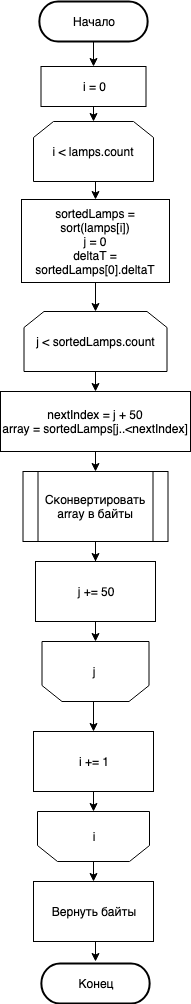
Earlier version of the draw.io export figures/bytesSending.png (galadopter/Diploma). Source tidied: cells renumbered, new cells last; positions are measured from the earlier drawing's top-left corner, leaving out a move shared by most shapes. The source it was exported from:
```xml
<mxGraphModel>
  <root>
    <mxCell id="0" />
    <mxCell id="1" parent="0" />
    <mxCell id="2" style="edgeStyle=orthogonalEdgeStyle;rounded=0;html=1;exitX=0.5;exitY=1;entryX=0.5;entryY=0;jettySize=auto;" parent="1" edge="1" target="8">
      <mxGeometry relative="1" as="geometry">
        <mxPoint x="95" y="40" as="sourcePoint" />
      </mxGeometry>
    </mxCell>
    <mxCell id="3" style="edgeStyle=orthogonalEdgeStyle;rounded=0;html=1;exitX=0.5;exitY=1;entryX=0.5;entryY=0;jettySize=auto;" parent="1" edge="1" source="4" target="6">
      <mxGeometry relative="1" as="geometry" />
    </mxCell>
    <mxCell id="4" value="i &amp;lt; lamps.count" style="shape=loopLimit;whiteSpace=wrap;html=1;" parent="1" vertex="1">
      <mxGeometry x="33" y="120" width="120" height="60" as="geometry" />
    </mxCell>
    <mxCell id="5" style="edgeStyle=orthogonalEdgeStyle;rounded=0;html=1;exitX=0.5;exitY=1;entryX=0.5;entryY=0;jettySize=auto;" parent="1" edge="1" source="6" target="10">
      <mxGeometry relative="1" as="geometry" />
    </mxCell>
    <mxCell id="6" value="sortedLamps = sort(lamps[i])&lt;br&gt;j = 0&lt;br&gt;deltaT = sortedLamps[0].deltaT&lt;br&gt;" style="rounded=0;whiteSpace=wrap;html=1;" parent="1" vertex="1">
      <mxGeometry x="21" y="198" width="148" height="83" as="geometry" />
    </mxCell>
    <mxCell id="7" style="edgeStyle=orthogonalEdgeStyle;rounded=0;html=1;exitX=0.5;exitY=1;entryX=0.5;entryY=0;jettySize=auto;" parent="1" edge="1" source="8" target="4">
      <mxGeometry relative="1" as="geometry" />
    </mxCell>
    <mxCell id="8" value="i = 0" style="rounded=0;whiteSpace=wrap;html=1;" parent="1" vertex="1">
      <mxGeometry x="40.5" y="65" width="105" height="40" as="geometry" />
    </mxCell>
    <mxCell id="9" style="edgeStyle=orthogonalEdgeStyle;rounded=0;html=1;exitX=0.5;exitY=1;entryX=0.5;entryY=0;jettySize=auto;" parent="1" edge="1" source="10" target="12">
      <mxGeometry relative="1" as="geometry" />
    </mxCell>
    <mxCell id="10" value="j &amp;lt; sortedLamps.count" style="shape=loopLimit;whiteSpace=wrap;html=1;" parent="1" vertex="1">
      <mxGeometry x="23.5" y="310" width="143" height="60" as="geometry" />
    </mxCell>
    <mxCell id="11" style="edgeStyle=orthogonalEdgeStyle;rounded=0;html=1;exitX=0.5;exitY=1;entryX=0.5;entryY=0;jettySize=auto;" parent="1" edge="1" source="12" target="14">
      <mxGeometry relative="1" as="geometry" />
    </mxCell>
    <mxCell id="12" value="nextIndex = j + 50&lt;br&gt;array = sortedLamps[j..&amp;lt;nextIndex]&lt;br&gt;" style="rounded=0;whiteSpace=wrap;html=1;" parent="1" vertex="1">
      <mxGeometry y="390" width="190" height="60" as="geometry" />
    </mxCell>
    <mxCell id="13" style="edgeStyle=orthogonalEdgeStyle;rounded=0;html=1;exitX=0.5;exitY=1;jettySize=auto;" parent="1" edge="1" source="14" target="16">
      <mxGeometry relative="1" as="geometry" />
    </mxCell>
    <mxCell id="14" value="Сконвертировать array в байты" style="shape=process;whiteSpace=wrap;html=1;backgroundOutline=1;" parent="1" vertex="1">
      <mxGeometry x="22.5" y="470" width="145" height="70" as="geometry" />
    </mxCell>
    <mxCell id="15" style="edgeStyle=orthogonalEdgeStyle;rounded=0;html=1;exitX=0.5;exitY=1;entryX=0.5;entryY=1;jettySize=auto;" parent="1" edge="1" source="16" target="18">
      <mxGeometry relative="1" as="geometry" />
    </mxCell>
    <mxCell id="16" value="j += 50" style="rounded=0;whiteSpace=wrap;html=1;" parent="1" vertex="1">
      <mxGeometry x="35" y="560" width="120" height="60" as="geometry" />
    </mxCell>
    <mxCell id="17" style="edgeStyle=orthogonalEdgeStyle;rounded=0;html=1;exitX=0.5;exitY=0;entryX=0.5;entryY=0;jettySize=auto;" parent="1" edge="1" source="18" target="21">
      <mxGeometry relative="1" as="geometry" />
    </mxCell>
    <mxCell id="18" style="shape=loopLimit;whiteSpace=wrap;html=1;rotation=180;" parent="1" vertex="1">
      <mxGeometry x="41.5" y="640" width="107" height="60" as="geometry" />
    </mxCell>
    <mxCell id="19" value="j" style="text;html=1;strokeColor=none;fillColor=none;align=center;verticalAlign=middle;whiteSpace=wrap;rounded=0;" parent="1" vertex="1">
      <mxGeometry x="73" y="660" width="40" height="20" as="geometry" />
    </mxCell>
    <mxCell id="20" style="edgeStyle=orthogonalEdgeStyle;rounded=0;html=1;exitX=0.5;exitY=1;entryX=0.5;entryY=1;jettySize=auto;" parent="1" edge="1" source="21" target="23">
      <mxGeometry relative="1" as="geometry" />
    </mxCell>
    <mxCell id="21" value="i += 1" style="rounded=0;whiteSpace=wrap;html=1;" parent="1" vertex="1">
      <mxGeometry x="33" y="730" width="120" height="60" as="geometry" />
    </mxCell>
    <mxCell id="22" style="edgeStyle=orthogonalEdgeStyle;rounded=0;html=1;exitX=0.5;exitY=0;entryX=0.5;entryY=0;jettySize=auto;" parent="1" edge="1" source="23" target="26">
      <mxGeometry relative="1" as="geometry" />
    </mxCell>
    <mxCell id="23" style="shape=loopLimit;whiteSpace=wrap;html=1;rotation=180;" parent="1" vertex="1">
      <mxGeometry x="37" y="810" width="112" height="50" as="geometry" />
    </mxCell>
    <mxCell id="24" value="i" style="text;html=1;strokeColor=none;fillColor=none;align=center;verticalAlign=middle;whiteSpace=wrap;rounded=0;" parent="1" vertex="1">
      <mxGeometry x="73" y="825" width="40" height="20" as="geometry" />
    </mxCell>
    <mxCell id="25" style="edgeStyle=orthogonalEdgeStyle;rounded=0;html=1;exitX=0.5;exitY=1;entryX=0.5;entryY=0;jettySize=auto;" parent="1" edge="1" source="26">
      <mxGeometry relative="1" as="geometry">
        <mxPoint x="95" y="960" as="targetPoint" />
      </mxGeometry>
    </mxCell>
    <mxCell id="26" value="Вернуть байты" style="rounded=0;whiteSpace=wrap;html=1;" parent="1" vertex="1">
      <mxGeometry x="33" y="880" width="120" height="60" as="geometry" />
    </mxCell>
    <mxCell id="27" value="Конец&lt;br&gt;" style="strokeWidth=2;html=1;shape=(stored shape, 460 characters);whiteSpace=wrap;rotation=0;" parent="1" vertex="1">
      <mxGeometry x="3.5" y="962" width="183" height="40" as="geometry" />
    </mxCell>
    <mxCell id="28" value="Начало&lt;br&gt;" style="strokeWidth=2;html=1;shape=(stored shape, 460 characters);whiteSpace=wrap;rotation=0;" parent="1" vertex="1">
      <mxGeometry x="1.5" width="183" height="40" as="geometry" />
    </mxCell>
  </root>
</mxGraphModel>
```
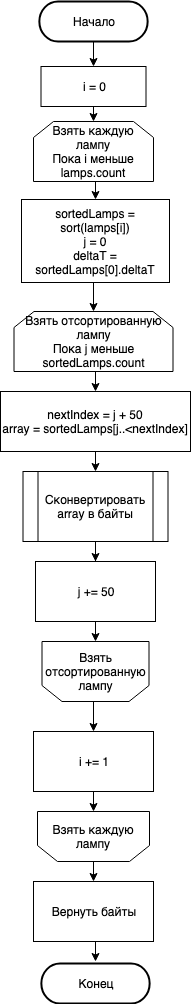
The same file after the commit.

Change to the diagram source:
```diff
@@ -10,7 +10,7 @@
     <mxCell id="3" style="edgeStyle=orthogonalEdgeStyle;rounded=0;html=1;exitX=0.5;exitY=1;entryX=0.5;entryY=0;jettySize=auto;" parent="1" edge="1" source="4" target="6">
       <mxGeometry relative="1" as="geometry" />
     </mxCell>
-    <mxCell id="4" value="i &amp;lt; lamps.count" style="shape=loopLimit;whiteSpace=wrap;html=1;" parent="1" vertex="1">
+    <mxCell id="4" value="Взять каждую лампу&lt;br&gt;Пока i меньше lamps.count" style="shape=loopLimit;whiteSpace=wrap;html=1;" parent="1" vertex="1">
       <mxGeometry x="33" y="120" width="120" height="60" as="geometry" />
     </mxCell>
     <mxCell id="5" style="edgeStyle=orthogonalEdgeStyle;rounded=0;html=1;exitX=0.5;exitY=1;entryX=0.5;entryY=0;jettySize=auto;" parent="1" edge="1" source="6" target="10">
@@ -28,8 +28,8 @@
     <mxCell id="9" style="edgeStyle=orthogonalEdgeStyle;rounded=0;html=1;exitX=0.5;exitY=1;entryX=0.5;entryY=0;jettySize=auto;" parent="1" edge="1" source="10" target="12">
       <mxGeometry relative="1" as="geometry" />
     </mxCell>
-    <mxCell id="10" value="j &amp;lt; sortedLamps.count" style="shape=loopLimit;whiteSpace=wrap;html=1;" parent="1" vertex="1">
-      <mxGeometry x="23.5" y="310" width="143" height="60" as="geometry" />
+    <mxCell id="10" value="Взять отсортированную лампу&lt;br&gt;Пока j меньше sortedLamps.count" style="shape=loopLimit;whiteSpace=wrap;html=1;" parent="1" vertex="1">
+      <mxGeometry x="13.5" y="310" width="159" height="60" as="geometry" />
     </mxCell>
     <mxCell id="11" style="edgeStyle=orthogonalEdgeStyle;rounded=0;html=1;exitX=0.5;exitY=1;entryX=0.5;entryY=0;jettySize=auto;" parent="1" edge="1" source="12" target="14">
       <mxGeometry relative="1" as="geometry" />
@@ -55,8 +55,8 @@
     <mxCell id="18" style="shape=loopLimit;whiteSpace=wrap;html=1;rotation=180;" parent="1" vertex="1">
       <mxGeometry x="41.5" y="640" width="107" height="60" as="geometry" />
     </mxCell>
-    <mxCell id="19" value="j" style="text;html=1;strokeColor=none;fillColor=none;align=center;verticalAlign=middle;whiteSpace=wrap;rounded=0;" parent="1" vertex="1">
-      <mxGeometry x="73" y="660" width="40" height="20" as="geometry" />
+    <mxCell id="19" value="Взять отсортированную лампу" style="text;html=1;strokeColor=none;fillColor=none;align=center;verticalAlign=middle;whiteSpace=wrap;rounded=0;" parent="1" vertex="1">
+      <mxGeometry x="75" y="660" width="40" height="20" as="geometry" />
     </mxCell>
     <mxCell id="20" style="edgeStyle=orthogonalEdgeStyle;rounded=0;html=1;exitX=0.5;exitY=1;entryX=0.5;entryY=1;jettySize=auto;" parent="1" edge="1" source="21" target="23">
       <mxGeometry relative="1" as="geometry" />
@@ -70,8 +70,8 @@
     <mxCell id="23" style="shape=loopLimit;whiteSpace=wrap;html=1;rotation=180;" parent="1" vertex="1">
       <mxGeometry x="37" y="810" width="112" height="50" as="geometry" />
     </mxCell>
-    <mxCell id="24" value="i" style="text;html=1;strokeColor=none;fillColor=none;align=center;verticalAlign=middle;whiteSpace=wrap;rounded=0;" parent="1" vertex="1">
-      <mxGeometry x="73" y="825" width="40" height="20" as="geometry" />
+    <mxCell id="24" value="Взять каждую лампу" style="text;html=1;strokeColor=none;fillColor=none;align=center;verticalAlign=middle;whiteSpace=wrap;rounded=0;" parent="1" vertex="1">
+      <mxGeometry x="48" y="825" width="90" height="20" as="geometry" />
     </mxCell>
     <mxCell id="25" style="edgeStyle=orthogonalEdgeStyle;rounded=0;html=1;exitX=0.5;exitY=1;entryX=0.5;entryY=0;jettySize=auto;" parent="1" edge="1" source="26">
       <mxGeometry relative="1" as="geometry">
```
